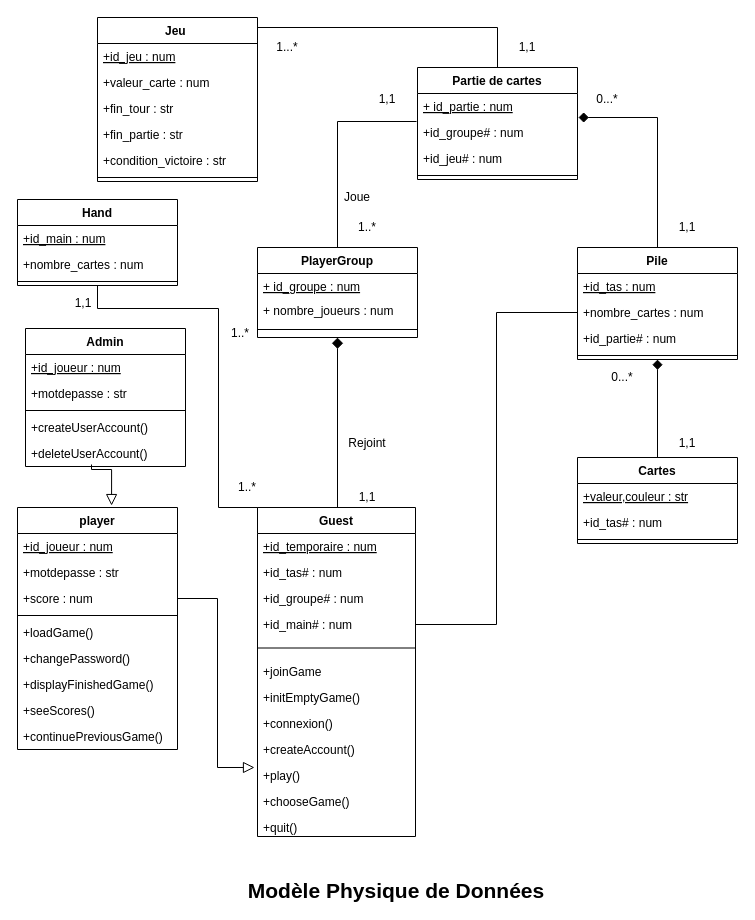
Above: Diagrams/ModelePhysiqueDonnées.drawio in MailineN/ProjetInfo2A (draw.io), before the change. Source tidied: cells renumbered, new cells numbered last; positions are measured from the earlier drawing's top-left corner, leaving out a move shared by most shapes. Both pictures are drawn from the tidied source at 100%, with x=0, y=0 at pixel (17, 17).
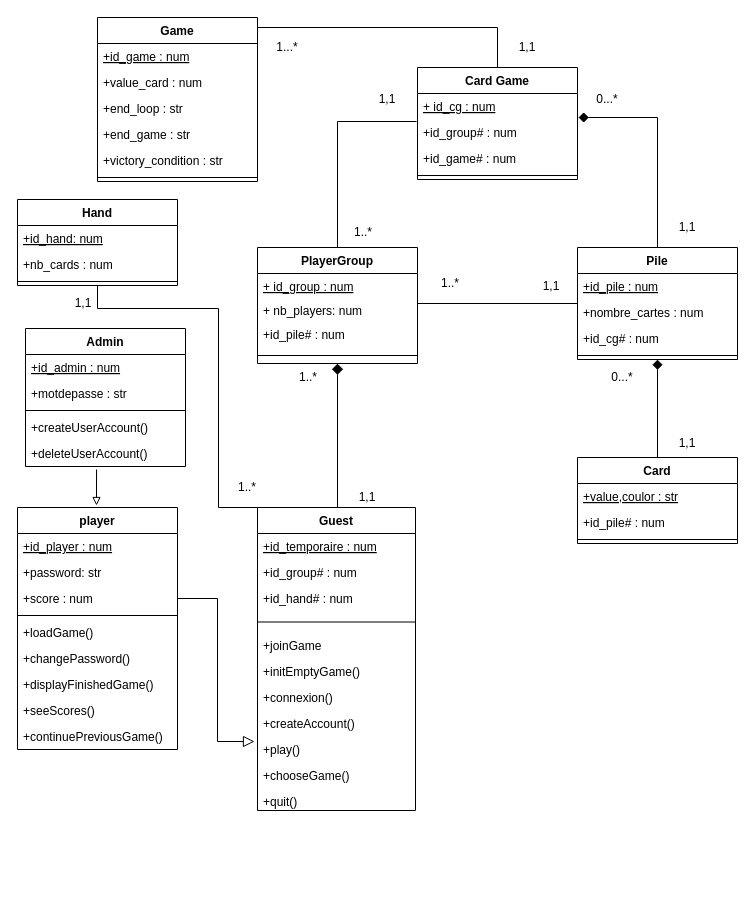
The same page after the edit.

The change refers to these unchanged cells:
```xml
<mxCell id="23" value="Pile" style="swimlane;fontStyle=1;align=center;verticalAlign=top;horizontal=1;startSize=26;" parent="1" vertex="1">
  <mxGeometry x="560" y="230" width="160" height="112" as="geometry" />
</mxCell>
<mxCell id="25" value="+nombre_cartes : num" style="text;strokeColor=none;fillColor=none;align=left;verticalAlign=top;spacingLeft=4;spacingRight=4;overflow=hidden;points=[[0,0.5],[1,0.5]];portConstraint=eastwest;" parent="23" vertex="1">
  <mxGeometry y="52" width="160" height="26" as="geometry" />
</mxCell>
<mxCell id="39" value="player" style="swimlane;fontStyle=1;align=center;verticalAlign=top;horizontal=1;startSize=26;" parent="1" vertex="1">
  <mxGeometry y="490" width="160" height="242" as="geometry" />
</mxCell>
<mxCell id="73" value="Hand" style="swimlane;fontStyle=1;align=center;verticalAlign=top;horizontal=1;startSize=26;fontSize=12;" parent="1" vertex="1">
  <mxGeometry y="182" width="160" height="86" as="geometry" />
</mxCell>
<mxCell id="77" value="Admin" style="swimlane;fontStyle=1;align=center;verticalAlign=top;horizontal=1;startSize=26;" parent="1" vertex="1">
  <mxGeometry x="8" y="311" width="160" height="138" as="geometry" />
</mxCell>
<mxCell id="82" value="+deleteUserAccount()" style="text;strokeColor=none;fillColor=none;align=left;verticalAlign=top;spacingLeft=4;spacingRight=4;overflow=hidden;points=[[0,0.5],[1,0.5]];portConstraint=eastwest;" parent="77" vertex="1">
  <mxGeometry y="112" width="160" height="26" as="geometry" />
</mxCell>
```

The edit, as a diff of the source:
```diff
@@
-    <mxCell id="5" value="Modèle Physique de Données" style="text;html=1;strokeColor=none;fillColor=none;align=center;verticalAlign=middle;whiteSpace=wrap;rounded=0;fontSize=21;fontStyle=1;" parent="1" vertex="1">
-      <mxGeometry x="194" y="863" width="370" height="20" as="geometry" />
-    </mxCell>
@@
-    <mxCell id="8" style="edgeStyle=orthogonalEdgeStyle;rounded=0;jettySize=auto;html=1;exitX=1;exitY=0.5;exitDx=0;exitDy=0;entryX=0;entryY=0.5;entryDx=0;entryDy=0;endArrow=none;endFill=0;endSize=9;strokeWidth=1;fontSize=21;" parent="1" edge="1" source="53" target="25">
-      <mxGeometry relative="1" as="geometry" />
+    <mxCell id="8" style="edgeStyle=orthogonalEdgeStyle;rounded=0;jettySize=auto;html=1;exitX=1;exitY=0.5;exitDx=0;exitDy=0;entryX=0;entryY=0.5;entryDx=0;entryDy=0;endArrow=none;endFill=0;endSize=9;strokeWidth=1;fontSize=21;" parent="1" edge="1" source="21" target="25">
+      <mxGeometry relative="1" as="geometry">
+        <Array as="points">
+          <mxPoint x="400" y="286" />
+          <mxPoint x="560" y="286" />
+        </Array>
+      </mxGeometry>
     </mxCell>
@@
-    <mxCell id="14" value="Partie de cartes" style="swimlane;fontStyle=1;align=center;verticalAlign=top;horizontal=1;startSize=26;" parent="1" vertex="1">
+    <mxCell id="14" value="Card Game" style="swimlane;fontStyle=1;align=center;verticalAlign=top;horizontal=1;startSize=26;" parent="1" vertex="1">
       <mxGeometry x="400" y="50" width="160" height="112" as="geometry" />
     </mxCell>
-    <mxCell id="15" value="+ id_partie : num" style="text;strokeColor=none;fillColor=none;align=left;verticalAlign=top;spacingLeft=4;spacingRight=4;overflow=hidden;points=[[0,0.5],[1,0.5]];portConstraint=eastwest;fontStyle=4;" parent="14" vertex="1">
+    <mxCell id="15" value="+ id_cg : num" style="text;strokeColor=none;fillColor=none;align=left;verticalAlign=top;spacingLeft=4;spacingRight=4;overflow=hidden;points=[[0,0.5],[1,0.5]];portConstraint=eastwest;fontStyle=4;" parent="14" vertex="1">
       <mxGeometry y="26" width="160" height="26" as="geometry" />
     </mxCell>
-    <mxCell id="16" value="+id_groupe# : num" style="text;strokeColor=none;fillColor=none;align=left;verticalAlign=top;spacingLeft=4;spacingRight=4;overflow=hidden;points=[[0,0.5],[1,0.5]];portConstraint=eastwest;" parent="14" vertex="1">
+    <mxCell id="16" value="+id_group# : num" style="text;strokeColor=none;fillColor=none;align=left;verticalAlign=top;spacingLeft=4;spacingRight=4;overflow=hidden;points=[[0,0.5],[1,0.5]];portConstraint=eastwest;" parent="14" vertex="1">
       <mxGeometry y="52" width="160" height="26" as="geometry" />
     </mxCell>
-    <mxCell id="17" value="+id_jeu# : num" style="text;strokeColor=none;fillColor=none;align=left;verticalAlign=top;spacingLeft=4;spacingRight=4;overflow=hidden;" parent="14" vertex="1">
+    <mxCell id="17" value="+id_game# : num" style="text;strokeColor=none;fillColor=none;align=left;verticalAlign=top;spacingLeft=4;spacingRight=4;overflow=hidden;" parent="14" vertex="1">
       <mxGeometry y="78" width="160" height="26" as="geometry" />
     </mxCell>
@@
     <mxCell id="19" value="PlayerGroup" style="swimlane;fontStyle=1;align=center;verticalAlign=top;horizontal=1;startSize=26;" parent="1" vertex="1">
-      <mxGeometry x="240" y="230" width="160" height="90" as="geometry" />
+      <mxGeometry x="240" y="230" width="160" height="116" as="geometry" />
     </mxCell>
-    <mxCell id="20" value="+ id_groupe : num&#10;" style="text;strokeColor=none;fillColor=none;align=left;verticalAlign=top;spacingLeft=4;spacingRight=4;overflow=hidden;fontStyle=4;" parent="19" vertex="1">
+    <mxCell id="20" value="+ id_group : num&#10;" style="text;strokeColor=none;fillColor=none;align=left;verticalAlign=top;spacingLeft=4;spacingRight=4;overflow=hidden;fontStyle=4;" parent="19" vertex="1">
       <mxGeometry y="26" width="160" height="24" as="geometry" />
     </mxCell>
-    <mxCell id="21" value="+ nombre_joueurs : num" style="text;strokeColor=none;fillColor=none;align=left;verticalAlign=top;spacingLeft=4;spacingRight=4;overflow=hidden;points=[[0,0.5],[1,0.5]];portConstraint=eastwest;fontStyle=0;" parent="19" vertex="1">
+    <mxCell id="21" value="+ nb_players: num" style="text;strokeColor=none;fillColor=none;align=left;verticalAlign=top;spacingLeft=4;spacingRight=4;overflow=hidden;points=[[0,0.5],[1,0.5]];portConstraint=eastwest;fontStyle=0;" parent="19" vertex="1">
       <mxGeometry y="50" width="160" height="24" as="geometry" />
     </mxCell>
+    <mxCell id="84" value="+id_pile# : num" style="text;strokeColor=none;fillColor=none;align=left;verticalAlign=top;spacingLeft=4;spacingRight=4;overflow=hidden;fontStyle=0;fontSize=12;" parent="19" vertex="1">
+      <mxGeometry y="74" width="160" height="26" as="geometry" />
+    </mxCell>
     <mxCell id="22" style="line;strokeWidth=1;fillColor=none;align=left;verticalAlign=middle;spacingTop=-1;spacingLeft=3;spacingRight=3;labelPosition=right;" parent="19" vertex="1">
-      <mxGeometry y="74" width="160" height="16" as="geometry" />
+      <mxGeometry y="100" width="160" height="16" as="geometry" />
     </mxCell>
@@
-    <mxCell id="24" value="+id_tas : num" style="text;strokeColor=none;fillColor=none;align=left;verticalAlign=top;spacingLeft=4;spacingRight=4;overflow=hidden;fontStyle=4;" parent="23" vertex="1">
+    <mxCell id="24" value="+id_pile : num" style="text;strokeColor=none;fillColor=none;align=left;verticalAlign=top;spacingLeft=4;spacingRight=4;overflow=hidden;fontStyle=4;" parent="23" vertex="1">
       <mxGeometry y="26" width="160" height="26" as="geometry" />
     </mxCell>
@@
-    <mxCell id="26" value="+id_partie# : num" style="text;strokeColor=none;fillColor=none;align=left;verticalAlign=top;spacingLeft=4;spacingRight=4;overflow=hidden;" parent="23" vertex="1">
+    <mxCell id="26" value="+id_cg# : num" style="text;strokeColor=none;fillColor=none;align=left;verticalAlign=top;spacingLeft=4;spacingRight=4;overflow=hidden;" parent="23" vertex="1">
       <mxGeometry y="78" width="160" height="26" as="geometry" />
     </mxCell>
@@
-    <mxCell id="28" value="Cartes" style="swimlane;fontStyle=1;align=center;verticalAlign=top;horizontal=1;startSize=26;" parent="1" vertex="1">
+    <mxCell id="28" value="Card" style="swimlane;fontStyle=1;align=center;verticalAlign=top;horizontal=1;startSize=26;" parent="1" vertex="1">
       <mxGeometry x="560" y="440" width="160" height="86" as="geometry" />
     </mxCell>
-    <mxCell id="29" value="+valeur,couleur : str" style="text;strokeColor=none;fillColor=none;align=left;verticalAlign=top;spacingLeft=4;spacingRight=4;overflow=hidden;fontStyle=4;" parent="28" vertex="1">
+    <mxCell id="29" value="+value,coulor : str" style="text;strokeColor=none;fillColor=none;align=left;verticalAlign=top;spacingLeft=4;spacingRight=4;overflow=hidden;fontStyle=4;" parent="28" vertex="1">
       <mxGeometry y="26" width="160" height="26" as="geometry" />
     </mxCell>
-    <mxCell id="30" value="+id_tas# : num&#10;" style="text;strokeColor=none;fillColor=none;align=left;verticalAlign=top;spacingLeft=4;spacingRight=4;overflow=hidden;fontStyle=0;" parent="28" vertex="1">
+    <mxCell id="30" value="+id_pile# : num&#10;" style="text;strokeColor=none;fillColor=none;align=left;verticalAlign=top;spacingLeft=4;spacingRight=4;overflow=hidden;fontStyle=0;" parent="28" vertex="1">
       <mxGeometry y="52" width="160" height="26" as="geometry" />
     </mxCell>
@@
-    <mxCell id="32" value="Jeu " style="swimlane;fontStyle=1;align=center;verticalAlign=top;horizontal=1;startSize=26;" parent="1" vertex="1">
+    <mxCell id="32" value="Game" style="swimlane;fontStyle=1;align=center;verticalAlign=top;horizontal=1;startSize=26;" parent="1" vertex="1">
       <mxGeometry x="80" width="160" height="164" as="geometry" />
     </mxCell>
-    <mxCell id="33" value="+id_jeu : num" style="text;strokeColor=none;fillColor=none;align=left;verticalAlign=top;spacingLeft=4;spacingRight=4;overflow=hidden;points=[[0,0.5],[1,0.5]];portConstraint=eastwest;fontStyle=4;" parent="32" vertex="1">
+    <mxCell id="33" value="+id_game : num" style="text;strokeColor=none;fillColor=none;align=left;verticalAlign=top;spacingLeft=4;spacingRight=4;overflow=hidden;points=[[0,0.5],[1,0.5]];portConstraint=eastwest;fontStyle=4;" parent="32" vertex="1">
       <mxGeometry y="26" width="160" height="26" as="geometry" />
     </mxCell>
-    <mxCell id="34" value="+valeur_carte : num&#10;" style="text;strokeColor=none;fillColor=none;align=left;verticalAlign=top;spacingLeft=4;spacingRight=4;overflow=hidden;" parent="32" vertex="1">
+    <mxCell id="34" value="+value_card : num&#10;" style="text;strokeColor=none;fillColor=none;align=left;verticalAlign=top;spacingLeft=4;spacingRight=4;overflow=hidden;" parent="32" vertex="1">
       <mxGeometry y="52" width="160" height="26" as="geometry" />
     </mxCell>
-    <mxCell id="35" value="+fin_tour : str" style="text;strokeColor=none;fillColor=none;align=left;verticalAlign=top;spacingLeft=4;spacingRight=4;overflow=hidden;" parent="32" vertex="1">
+    <mxCell id="35" value="+end_loop : str" style="text;strokeColor=none;fillColor=none;align=left;verticalAlign=top;spacingLeft=4;spacingRight=4;overflow=hidden;" parent="32" vertex="1">
       <mxGeometry y="78" width="160" height="26" as="geometry" />
     </mxCell>
-    <mxCell id="36" value="+fin_partie : str" style="text;strokeColor=none;fillColor=none;align=left;verticalAlign=top;spacingLeft=4;spacingRight=4;overflow=hidden;" parent="32" vertex="1">
+    <mxCell id="36" value="+end_game : str" style="text;strokeColor=none;fillColor=none;align=left;verticalAlign=top;spacingLeft=4;spacingRight=4;overflow=hidden;" parent="32" vertex="1">
       <mxGeometry y="104" width="160" height="26" as="geometry" />
     </mxCell>
-    <mxCell id="37" value="+condition_victoire : str" style="text;strokeColor=none;fillColor=none;align=left;verticalAlign=top;spacingLeft=4;spacingRight=4;overflow=hidden;" parent="32" vertex="1">
+    <mxCell id="37" value="+victory_condition : str" style="text;strokeColor=none;fillColor=none;align=left;verticalAlign=top;spacingLeft=4;spacingRight=4;overflow=hidden;" parent="32" vertex="1">
       <mxGeometry y="130" width="160" height="26" as="geometry" />
     </mxCell>
@@
-    <mxCell id="40" value="+id_joueur : num" style="text;strokeColor=none;fillColor=none;align=left;verticalAlign=top;spacingLeft=4;spacingRight=4;overflow=hidden;fontStyle=4;" parent="39" vertex="1">
+    <mxCell id="40" value="+id_player : num" style="text;strokeColor=none;fillColor=none;align=left;verticalAlign=top;spacingLeft=4;spacingRight=4;overflow=hidden;fontStyle=4;" parent="39" vertex="1">
       <mxGeometry y="26" width="160" height="26" as="geometry" />
     </mxCell>
-    <mxCell id="41" value="+motdepasse : str" style="text;strokeColor=none;fillColor=none;align=left;verticalAlign=top;spacingLeft=4;spacingRight=4;overflow=hidden;" parent="39" vertex="1">
+    <mxCell id="41" value="+password: str" style="text;strokeColor=none;fillColor=none;align=left;verticalAlign=top;spacingLeft=4;spacingRight=4;overflow=hidden;" parent="39" vertex="1">
       <mxGeometry y="52" width="160" height="26" as="geometry" />
     </mxCell>
@@
     <mxCell id="49" value="Guest" style="swimlane;fontStyle=1;align=center;verticalAlign=top;horizontal=1;startSize=26;" parent="1" vertex="1">
-      <mxGeometry x="240" y="490" width="158" height="329" as="geometry" />
+      <mxGeometry x="240" y="490" width="158" height="303" as="geometry" />
     </mxCell>
@@
-    <mxCell id="51" value="+id_tas# : num" style="text;strokeColor=none;fillColor=none;align=left;verticalAlign=top;spacingLeft=4;spacingRight=4;overflow=hidden;fontStyle=0;fontSize=12;" parent="49" vertex="1">
-      <mxGeometry y="52" width="158" height="26" as="geometry" />
-    </mxCell>
-    <mxCell id="52" value="+id_groupe# : num" style="text;strokeColor=none;fillColor=none;align=left;verticalAlign=top;spacingLeft=4;spacingRight=4;overflow=hidden;fontStyle=0;fontSize=12;" parent="49" vertex="1">
-      <mxGeometry y="78" width="158" height="26" as="geometry" />
+    <mxCell id="52" value="+id_group# : num" style="text;strokeColor=none;fillColor=none;align=left;verticalAlign=top;spacingLeft=4;spacingRight=4;overflow=hidden;fontStyle=0;fontSize=12;" parent="49" vertex="1">
+      <mxGeometry y="52" width="158" height="26" as="geometry" />
     </mxCell>
-    <mxCell id="53" value="+id_main# : num" style="text;strokeColor=none;fillColor=none;align=left;verticalAlign=top;spacingLeft=4;spacingRight=4;overflow=hidden;points=[[0,0.5],[1,0.5]];portConstraint=eastwest;fontStyle=0;" parent="49" vertex="1">
-      <mxGeometry y="104" width="158" height="26" as="geometry" />
+    <mxCell id="53" value="+id_hand# : num" style="text;strokeColor=none;fillColor=none;align=left;verticalAlign=top;spacingLeft=4;spacingRight=4;overflow=hidden;points=[[0,0.5],[1,0.5]];portConstraint=eastwest;fontStyle=0;" parent="49" vertex="1">
+      <mxGeometry y="78" width="158" height="26" as="geometry" />
     </mxCell>
     <mxCell id="54" style="line;strokeWidth=1;fillColor=none;align=left;verticalAlign=middle;spacingTop=-1;spacingLeft=3;spacingRight=3;labelPosition=right;" parent="49" vertex="1">
-      <mxGeometry y="130" width="158" height="21" as="geometry" />
+      <mxGeometry y="104" width="158" height="21" as="geometry" />
     </mxCell>
     <mxCell id="55" value="+joinGame" style="text;strokeColor=none;fillColor=none;align=left;verticalAlign=top;spacingLeft=4;spacingRight=4;overflow=hidden;" parent="49" vertex="1">
-      <mxGeometry y="151" width="158" height="26" as="geometry" />
+      <mxGeometry y="125" width="158" height="26" as="geometry" />
     </mxCell>
     <mxCell id="56" value="+initEmptyGame()" style="text;strokeColor=none;fillColor=none;align=left;verticalAlign=top;spacingLeft=4;spacingRight=4;overflow=hidden;" parent="49" vertex="1">
-      <mxGeometry y="177" width="158" height="26" as="geometry" />
+      <mxGeometry y="151" width="158" height="26" as="geometry" />
     </mxCell>
     <mxCell id="57" value="+connexion()" style="text;strokeColor=none;fillColor=none;align=left;verticalAlign=top;spacingLeft=4;spacingRight=4;overflow=hidden;" parent="49" vertex="1">
-      <mxGeometry y="203" width="158" height="26" as="geometry" />
+      <mxGeometry y="177" width="158" height="26" as="geometry" />
     </mxCell>
     <mxCell id="58" value="+createAccount()" style="text;strokeColor=none;fillColor=none;align=left;verticalAlign=top;spacingLeft=4;spacingRight=4;overflow=hidden;" parent="49" vertex="1">
-      <mxGeometry y="229" width="158" height="26" as="geometry" />
+      <mxGeometry y="203" width="158" height="26" as="geometry" />
     </mxCell>
     <mxCell id="59" value="+play()" style="text;strokeColor=none;fillColor=none;align=left;verticalAlign=top;spacingLeft=4;spacingRight=4;overflow=hidden;points=[[0,0.5],[1,0.5]];portConstraint=eastwest;" parent="49" vertex="1">
-      <mxGeometry y="255" width="158" height="26" as="geometry" />
+      <mxGeometry y="229" width="158" height="26" as="geometry" />
     </mxCell>
     <mxCell id="60" value="+chooseGame()" style="text;strokeColor=none;fillColor=none;align=left;verticalAlign=top;spacingLeft=4;spacingRight=4;overflow=hidden;" parent="49" vertex="1">
-      <mxGeometry y="281" width="158" height="26" as="geometry" />
+      <mxGeometry y="255" width="158" height="26" as="geometry" />
     </mxCell>
     <mxCell id="61" value="+quit()" style="text;strokeColor=none;fillColor=none;align=left;verticalAlign=top;spacingLeft=4;spacingRight=4;overflow=hidden;" parent="49" vertex="1">
-      <mxGeometry y="307" width="158" height="22" as="geometry" />
+      <mxGeometry y="281" width="158" height="22" as="geometry" />
     </mxCell>
     <mxCell id="62" value="1..*" style="text;html=1;strokeColor=none;fillColor=none;align=center;verticalAlign=middle;whiteSpace=wrap;rounded=0;fontSize=12;" parent="1" vertex="1">
-      <mxGeometry x="330" y="200" width="40" height="20" as="geometry" />
+      <mxGeometry x="326" y="205" width="40" height="20" as="geometry" />
     </mxCell>
@@
     <mxCell id="64" value="1..*" style="text;html=1;strokeColor=none;fillColor=none;align=center;verticalAlign=middle;whiteSpace=wrap;rounded=0;fontSize=12;" parent="1" vertex="1">
-      <mxGeometry x="203" y="306" width="40" height="20" as="geometry" />
+      <mxGeometry x="271" y="350" width="40" height="20" as="geometry" />
     </mxCell>
@@
-    <mxCell id="71" value="Joue" style="text;html=1;strokeColor=none;fillColor=none;align=center;verticalAlign=middle;whiteSpace=wrap;rounded=0;" parent="1" vertex="1">
-      <mxGeometry x="320" y="170" width="40" height="20" as="geometry" />
-    </mxCell>
-    <mxCell id="72" value="Rejoint" style="text;html=1;strokeColor=none;fillColor=none;align=center;verticalAlign=middle;whiteSpace=wrap;rounded=0;" parent="1" vertex="1">
-      <mxGeometry x="330" y="416" width="40" height="20" as="geometry" />
-    </mxCell>
@@
-    <mxCell id="74" value="+id_main : num&#10;" style="text;strokeColor=none;fillColor=none;align=left;verticalAlign=top;spacingLeft=4;spacingRight=4;overflow=hidden;fontStyle=4;fontSize=12;" parent="73" vertex="1">
+    <mxCell id="74" value="+id_hand: num&#10;" style="text;strokeColor=none;fillColor=none;align=left;verticalAlign=top;spacingLeft=4;spacingRight=4;overflow=hidden;fontStyle=4;fontSize=12;" parent="73" vertex="1">
       <mxGeometry y="26" width="160" height="26" as="geometry" />
     </mxCell>
-    <mxCell id="75" value="+nombre_cartes : num" style="text;strokeColor=none;fillColor=none;align=left;verticalAlign=top;spacingLeft=4;spacingRight=4;overflow=hidden;fontStyle=0;fontSize=12;" parent="73" vertex="1">
+    <mxCell id="75" value="+nb_cards : num" style="text;strokeColor=none;fillColor=none;align=left;verticalAlign=top;spacingLeft=4;spacingRight=4;overflow=hidden;fontStyle=0;fontSize=12;" parent="73" vertex="1">
       <mxGeometry y="52" width="160" height="26" as="geometry" />
     </mxCell>
@@
-    <mxCell id="78" value="+id_joueur : num" style="text;strokeColor=none;fillColor=none;align=left;verticalAlign=top;spacingLeft=4;spacingRight=4;overflow=hidden;fontStyle=4;" parent="77" vertex="1">
+    <mxCell id="78" value="+id_admin : num" style="text;strokeColor=none;fillColor=none;align=left;verticalAlign=top;spacingLeft=4;spacingRight=4;overflow=hidden;fontStyle=4;" parent="77" vertex="1">
       <mxGeometry y="26" width="160" height="26" as="geometry" />
     </mxCell>
@@
-    <mxCell id="83" style="edgeStyle=orthogonalEdgeStyle;rounded=0;jettySize=auto;html=1;endArrow=block;endFill=0;endSize=9;strokeWidth=1;fontSize=21;entryX=0.588;entryY=-0.008;entryDx=0;entryDy=0;entryPerimeter=0;" parent="1" edge="1" target="39">
-      <mxGeometry relative="1" as="geometry">
-        <mxPoint x="74" y="447" as="sourcePoint" />
-        <Array as="points">
-          <mxPoint x="94" y="452" />
-        </Array>
-      </mxGeometry>
-    </mxCell>
+    <mxCell id="85" style="endArrow=block;html=1;exitX=0.444;exitY=1.115;exitDx=0;exitDy=0;exitPerimeter=0;endFill=0;" parent="1" edge="1" source="82">
+      <mxGeometry relative="1" as="geometry">
+        <mxPoint x="79" y="488" as="targetPoint" />
+      </mxGeometry>
+    </mxCell>
+    <mxCell id="86" value="1..*" style="text;html=1;strokeColor=none;fillColor=none;align=center;verticalAlign=middle;whiteSpace=wrap;rounded=0;fontSize=12;" parent="1" vertex="1">
+      <mxGeometry x="413" y="256" width="40" height="20" as="geometry" />
+    </mxCell>
+    <mxCell id="87" value="1,1" style="text;html=1;strokeColor=none;fillColor=none;align=center;verticalAlign=middle;whiteSpace=wrap;rounded=0;fontSize=12;" parent="1" vertex="1">
+      <mxGeometry x="514" y="259" width="40" height="20" as="geometry" />
+    </mxCell>
```
